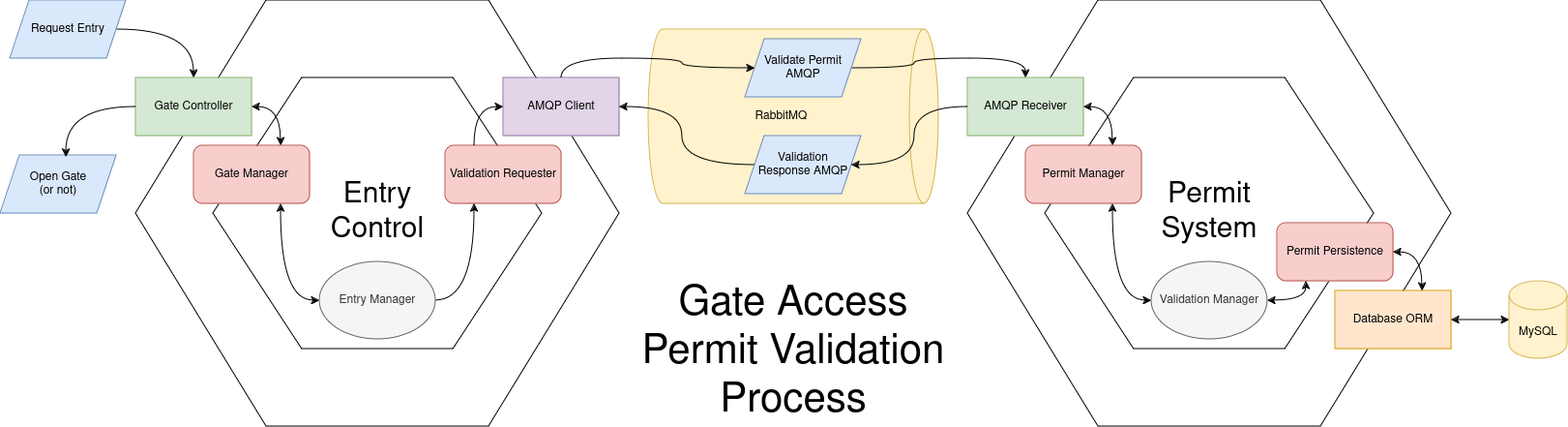
The draw.io diagram MVPHex.drawio.png in harwoodr/drawio, before a commit. Source tidied: cells renumbered, new cells last; positions are measured from the earlier drawing's top-left corner, leaving out a move shared by most shapes.
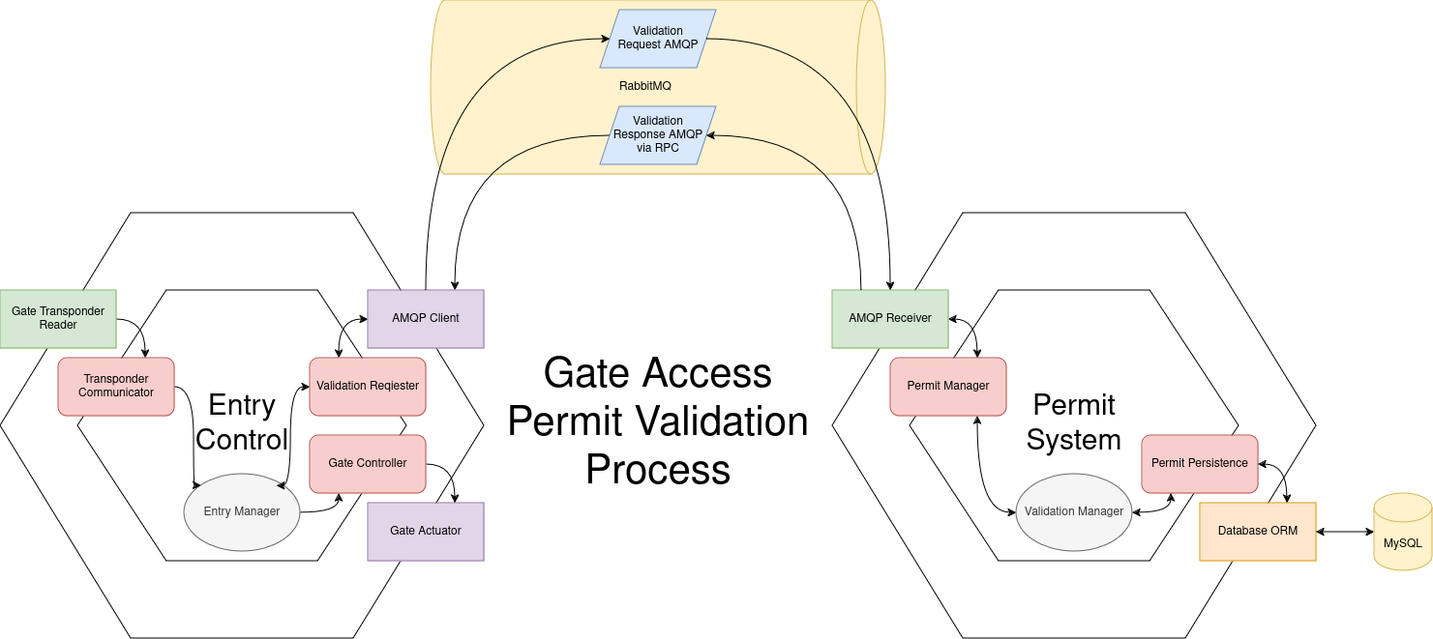
Later version of the same file.

The edit, as a diff of the source:
```diff
@@ -3,50 +3,8 @@
     <mxCell id="0" />
     <mxCell id="1" parent="0" />
     <mxCell id="2" value="RabbitMQ" style="shape=cylinder3;whiteSpace=wrap;html=1;boundedLbl=1;backgroundOutline=1;size=15;direction=south;fillColor=#fff2cc;strokeColor=#d6b656;" parent="1" vertex="1">
-      <mxGeometry x="670" y="30" width="300" height="180" as="geometry" />
+      <mxGeometry x="585" y="-220" width="470" height="180" as="geometry" />
     </mxCell>
-    <mxCell id="3" style="group;" parent="1" vertex="1">
-      <mxGeometry x="140" width="500" height="440" as="geometry" />
-    </mxCell>
-    <mxCell id="4" style="verticalLabelPosition=bottom;verticalAlign=top;html=1;shape=hexagon;perimeter=hexagonPerimeter2;arcSize=6;size=0.27;fillColor=none;" parent="3" vertex="1">
-      <mxGeometry x="80" y="80" width="340" height="280" as="geometry" />
-    </mxCell>
-    <mxCell id="5" style="group;" parent="3" vertex="1">
-      <mxGeometry width="500" height="440" as="geometry" />
-    </mxCell>
-    <mxCell id="6" style="verticalLabelPosition=bottom;verticalAlign=top;html=1;shape=hexagon;perimeter=hexagonPerimeter2;arcSize=6;size=0.27;fillColor=none;" parent="5" vertex="1">
-      <mxGeometry width="500" height="440" as="geometry" />
-    </mxCell>
-    <mxCell id="7" value="&lt;font style=&quot;font-size: 30px;&quot;&gt;Entry Control&lt;br&gt;&lt;/font&gt;" style="text;html=1;align=center;verticalAlign=middle;whiteSpace=wrap;rounded=0;" parent="5" vertex="1">
-      <mxGeometry x="220" y="205" width="60" height="30" as="geometry" />
-    </mxCell>
-    <mxCell id="8" style="edgeStyle=orthogonalEdgeStyle;rounded=0;jettySize=auto;html=1;exitX=0.75;exitY=1;exitDx=0;exitDy=0;entryX=0;entryY=0.5;entryDx=0;entryDy=0;startArrow=classic;startFill=1;curved=1;" parent="5" edge="1" source="9" target="12">
-      <mxGeometry relative="1" as="geometry" />
-    </mxCell>
-    <mxCell id="9" value="Gate Manager" style="rounded=1;whiteSpace=wrap;html=1;fillColor=#f8cecc;strokeColor=#b85450;" parent="5" vertex="1">
-      <mxGeometry x="60" y="150" width="120" height="60" as="geometry" />
-    </mxCell>
-    <mxCell id="10" value="Validation Requester" style="rounded=1;whiteSpace=wrap;html=1;fillColor=#f8cecc;strokeColor=#b85450;" parent="5" vertex="1">
-      <mxGeometry x="320" y="150" width="120" height="60" as="geometry" />
-    </mxCell>
-    <mxCell id="11" style="edgeStyle=orthogonalEdgeStyle;rounded=0;jettySize=auto;html=1;exitX=1;exitY=0.5;exitDx=0;exitDy=0;entryX=0.25;entryY=1;entryDx=0;entryDy=0;curved=1;" parent="5" edge="1" source="12" target="10">
-      <mxGeometry relative="1" as="geometry" />
-    </mxCell>
-    <mxCell id="12" value="Entry Manager" style="ellipse;whiteSpace=wrap;html=1;fillColor=#f5f5f5;fontColor=#333333;strokeColor=#666666;" parent="5" vertex="1">
-      <mxGeometry x="190" y="270" width="120" height="80" as="geometry" />
-    </mxCell>
-    <mxCell id="13" value="AMQP Client" style="rounded=0;whiteSpace=wrap;html=1;fillColor=#e1d5e7;strokeColor=#9673a6;" parent="3" vertex="1">
-      <mxGeometry x="380" y="80" width="120" height="60" as="geometry" />
-    </mxCell>
-    <mxCell id="14" style="edgeStyle=orthogonalEdgeStyle;rounded=0;jettySize=auto;html=1;exitX=1;exitY=0.5;exitDx=0;exitDy=0;entryX=0.75;entryY=0;entryDx=0;entryDy=0;startArrow=classic;startFill=1;curved=1;" parent="3" edge="1" source="15" target="9">
-      <mxGeometry relative="1" as="geometry" />
-    </mxCell>
-    <mxCell id="15" value="Gate Controller" style="rounded=0;whiteSpace=wrap;html=1;fillColor=#d5e8d4;strokeColor=#82b366;" parent="3" vertex="1">
-      <mxGeometry y="80" width="120" height="60" as="geometry" />
-    </mxCell>
-    <mxCell id="16" style="edgeStyle=orthogonalEdgeStyle;rounded=0;jettySize=auto;html=1;exitX=0.25;exitY=0;exitDx=0;exitDy=0;entryX=0;entryY=0.5;entryDx=0;entryDy=0;curved=1;" parent="3" edge="1" source="10" target="13">
-      <mxGeometry relative="1" as="geometry" />
-    </mxCell>
     <mxCell id="17" style="group;" parent="1" vertex="1">
       <mxGeometry x="1000" width="500" height="440" as="geometry" />
     </mxCell>
@@ -89,44 +47,104 @@
     <mxCell id="30" style="edgeStyle=orthogonalEdgeStyle;rounded=0;jettySize=auto;html=1;exitX=1;exitY=0.5;exitDx=0;exitDy=0;entryX=0.75;entryY=0;entryDx=0;entryDy=0;startArrow=classic;startFill=1;curved=1;" parent="17" edge="1" source="24" target="27">
       <mxGeometry relative="1" as="geometry" />
     </mxCell>
-    <mxCell id="31" style="edgeStyle=orthogonalEdgeStyle;rounded=0;jettySize=auto;html=1;exitX=1;exitY=0.5;exitDx=0;exitDy=0;entryX=0.5;entryY=0;entryDx=0;entryDy=0;curved=1;" parent="1" edge="1" source="32" target="15">
-      <mxGeometry relative="1" as="geometry" />
-    </mxCell>
-    <mxCell id="32" value="Request Entry" style="shape=parallelogram;perimeter=parallelogramPerimeter;whiteSpace=wrap;html=1;fixedSize=1;fillColor=#dae8fc;strokeColor=#6c8ebf;" parent="1" vertex="1">
-      <mxGeometry x="10" width="120" height="60" as="geometry" />
-    </mxCell>
     <mxCell id="33" style="edgeStyle=orthogonalEdgeStyle;rounded=0;jettySize=auto;html=1;exitX=0;exitY=0.5;exitDx=0;exitDy=0;exitPerimeter=0;entryX=1;entryY=0.5;entryDx=0;entryDy=0;startArrow=classic;startFill=1;curved=1;" parent="1" edge="1" source="34" target="27">
       <mxGeometry relative="1" as="geometry" />
     </mxCell>
     <mxCell id="34" value="MySQL" style="shape=cylinder3;whiteSpace=wrap;html=1;boundedLbl=1;backgroundOutline=1;size=15;fillColor=#fff2cc;strokeColor=#d6b656;" parent="1" vertex="1">
       <mxGeometry x="1560" y="290" width="60" height="80" as="geometry" />
     </mxCell>
-    <mxCell id="35" value="Open Gate &lt;br&gt;(or not)" style="shape=parallelogram;perimeter=parallelogramPerimeter;whiteSpace=wrap;html=1;fixedSize=1;fillColor=#dae8fc;strokeColor=#6c8ebf;" parent="1" vertex="1">
-      <mxGeometry y="160" width="120" height="60" as="geometry" />
-    </mxCell>
-    <mxCell id="36" style="edgeStyle=orthogonalEdgeStyle;rounded=0;jettySize=auto;html=1;exitX=1;exitY=0.5;exitDx=0;exitDy=0;entryX=0.5;entryY=0;entryDx=0;entryDy=0;curved=1;" parent="1" edge="1" source="37" target="29">
-      <mxGeometry relative="1" as="geometry" />
-    </mxCell>
-    <mxCell id="37" value="Validate Permit AMQP" style="shape=parallelogram;perimeter=parallelogramPerimeter;whiteSpace=wrap;html=1;fixedSize=1;fillColor=#dae8fc;strokeColor=#6c8ebf;" parent="1" vertex="1">
-      <mxGeometry x="770" y="40" width="120" height="60" as="geometry" />
+    <mxCell id="37" value="Validation &lt;br&gt;Request AMQP" style="shape=parallelogram;perimeter=parallelogramPerimeter;whiteSpace=wrap;html=1;fixedSize=1;fillColor=#dae8fc;strokeColor=#6c8ebf;" parent="1" vertex="1">
+      <mxGeometry x="760" y="-210" width="120" height="60" as="geometry" />
     </mxCell>
-    <mxCell id="38" style="edgeStyle=orthogonalEdgeStyle;rounded=0;jettySize=auto;html=1;exitX=0;exitY=0.5;exitDx=0;exitDy=0;entryX=1;entryY=0.5;entryDx=0;entryDy=0;curved=1;" parent="1" edge="1" source="39" target="13">
+    <mxCell id="38" style="edgeStyle=orthogonalEdgeStyle;rounded=0;jettySize=auto;html=1;exitX=0;exitY=0.5;exitDx=0;exitDy=0;entryX=0.75;entryY=0;entryDx=0;entryDy=0;curved=1;" parent="1" edge="1" source="39" target="13">
       <mxGeometry relative="1" as="geometry" />
     </mxCell>
-    <mxCell id="39" value="Validation&lt;br&gt; Response AMQP" style="shape=parallelogram;perimeter=parallelogramPerimeter;whiteSpace=wrap;html=1;fixedSize=1;fillColor=#dae8fc;strokeColor=#6c8ebf;" parent="1" vertex="1">
-      <mxGeometry x="770" y="140" width="120" height="60" as="geometry" />
+    <mxCell id="39" value="Validation&lt;br&gt; Response AMQP&lt;br&gt;via RPC" style="shape=parallelogram;perimeter=parallelogramPerimeter;whiteSpace=wrap;html=1;fixedSize=1;fillColor=#dae8fc;strokeColor=#6c8ebf;" parent="1" vertex="1">
+      <mxGeometry x="760" y="-110" width="120" height="60" as="geometry" />
     </mxCell>
-    <mxCell id="40" style="edgeStyle=orthogonalEdgeStyle;rounded=0;jettySize=auto;html=1;exitX=0;exitY=0.5;exitDx=0;exitDy=0;entryX=0.567;entryY=0.033;entryDx=0;entryDy=0;entryPerimeter=0;curved=1;" parent="1" edge="1" source="15" target="35">
-      <mxGeometry relative="1" as="geometry" />
-    </mxCell>
+    <mxCell id="43" value="&lt;font style=&quot;font-size: 42px;&quot;&gt;Gate Access Permit Validation Process&lt;/font&gt;" style="text;html=1;align=center;verticalAlign=middle;whiteSpace=wrap;rounded=0;" parent="1" vertex="1">
+      <mxGeometry x="640" y="165" width="360" height="110" as="geometry" />
+    </mxCell>
+    <mxCell id="3" style="group;" parent="1" vertex="1">
+      <mxGeometry x="140" width="500" height="440" as="geometry" />
+    </mxCell>
+    <mxCell id="5" style="group;" parent="3" vertex="1">
+      <mxGeometry width="500" height="440" as="geometry" />
+    </mxCell>
+    <mxCell id="6" style="verticalLabelPosition=bottom;verticalAlign=top;html=1;shape=hexagon;perimeter=hexagonPerimeter2;arcSize=6;size=0.27;fillColor=none;" parent="5" vertex="1">
+      <mxGeometry width="500" height="440" as="geometry" />
+    </mxCell>
+    <mxCell id="4" style="verticalLabelPosition=bottom;verticalAlign=top;html=1;shape=hexagon;perimeter=hexagonPerimeter2;arcSize=6;size=0.27;fillColor=none;" parent="5" vertex="1">
+      <mxGeometry x="80" y="80" width="340" height="280" as="geometry" />
+    </mxCell>
+    <mxCell id="44" style="edgeStyle=orthogonalEdgeStyle;rounded=0;jettySize=auto;html=1;exitX=0.25;exitY=0;exitDx=0;exitDy=0;entryX=0;entryY=0.5;entryDx=0;entryDy=0;curved=1;startArrow=classic;startFill=1;" parent="5" edge="1" source="45" target="13">
+      <mxGeometry relative="1" as="geometry" />
+    </mxCell>
+    <mxCell id="45" value="Validation Reqiester" style="rounded=1;whiteSpace=wrap;html=1;fillColor=#f8cecc;strokeColor=#b85450;" parent="5" vertex="1">
+      <mxGeometry x="320" y="150" width="120" height="60" as="geometry" />
+    </mxCell>
+    <mxCell id="46" style="edgeStyle=orthogonalEdgeStyle;rounded=0;jettySize=auto;html=1;exitX=1;exitY=0.5;exitDx=0;exitDy=0;entryX=0.25;entryY=1;entryDx=0;entryDy=0;curved=1;" parent="5" edge="1" source="12" target="15">
+      <mxGeometry relative="1" as="geometry" />
+    </mxCell>
+    <mxCell id="12" value="Entry Manager" style="ellipse;whiteSpace=wrap;html=1;fillColor=#f5f5f5;fontColor=#333333;strokeColor=#666666;" parent="5" vertex="1">
+      <mxGeometry x="190" y="270" width="120" height="80" as="geometry" />
+    </mxCell>
+    <mxCell id="7" value="&lt;font style=&quot;font-size: 30px;&quot;&gt;Entry Control&lt;br&gt;&lt;/font&gt;" style="text;html=1;align=center;verticalAlign=middle;whiteSpace=wrap;rounded=0;" parent="5" vertex="1">
+      <mxGeometry x="220" y="205" width="60" height="30" as="geometry" />
+    </mxCell>
+    <mxCell id="13" value="AMQP Client" style="rounded=0;whiteSpace=wrap;html=1;fillColor=#e1d5e7;strokeColor=#9673a6;" parent="5" vertex="1">
+      <mxGeometry x="380" y="80" width="120" height="60" as="geometry" />
+    </mxCell>
+    <mxCell id="47" style="edgeStyle=orthogonalEdgeStyle;rounded=0;jettySize=auto;html=1;exitX=1;exitY=0.5;exitDx=0;exitDy=0;entryX=0.75;entryY=0;entryDx=0;entryDy=0;curved=1;" parent="5" edge="1" source="48" target="51">
+      <mxGeometry relative="1" as="geometry" />
+    </mxCell>
+    <mxCell id="48" value="Gate Transponder Reader" style="rounded=0;whiteSpace=wrap;html=1;fillColor=#d5e8d4;strokeColor=#82b366;" parent="5" vertex="1">
+      <mxGeometry y="80" width="120" height="60" as="geometry" />
+    </mxCell>
+    <mxCell id="49" value="Gate Actuator" style="rounded=0;whiteSpace=wrap;html=1;fillColor=#e1d5e7;strokeColor=#9673a6;" parent="5" vertex="1">
+      <mxGeometry x="380" y="300" width="120" height="60" as="geometry" />
+    </mxCell>
+    <mxCell id="50" style="edgeStyle=orthogonalEdgeStyle;rounded=0;jettySize=auto;html=1;exitX=1;exitY=0.5;exitDx=0;exitDy=0;entryX=0;entryY=0;entryDx=0;entryDy=0;curved=1;" parent="5" edge="1" source="51" target="12">
+      <mxGeometry relative="1" as="geometry">
+        <Array as="points">
+          <mxPoint x="200" y="180" />
+          <mxPoint x="200" y="282" />
+        </Array>
+      </mxGeometry>
+    </mxCell>
+    <mxCell id="51" value="Transponder Communicator" style="rounded=1;whiteSpace=wrap;html=1;fillColor=#f8cecc;strokeColor=#b85450;" parent="5" vertex="1">
+      <mxGeometry x="60" y="150" width="120" height="60" as="geometry" />
+    </mxCell>
+    <mxCell id="52" style="edgeStyle=orthogonalEdgeStyle;rounded=0;jettySize=auto;html=1;exitX=0;exitY=0.5;exitDx=0;exitDy=0;entryX=0.796;entryY=0.154;entryDx=0;entryDy=0;entryPerimeter=0;curved=1;startArrow=classic;startFill=1;" parent="5" edge="1" source="45" target="12">
+      <mxGeometry relative="1" as="geometry">
+        <Array as="points">
+          <mxPoint x="300" y="180" />
+          <mxPoint x="300" y="282" />
+        </Array>
+      </mxGeometry>
+    </mxCell>
+    <mxCell id="53" style="edgeStyle=orthogonalEdgeStyle;rounded=0;jettySize=auto;html=1;exitX=1;exitY=0.5;exitDx=0;exitDy=0;entryX=0.75;entryY=0;entryDx=0;entryDy=0;curved=1;" parent="5" edge="1" source="15" target="49">
+      <mxGeometry relative="1" as="geometry" />
+    </mxCell>
+    <mxCell id="15" value="Gate Controller" style="rounded=1;whiteSpace=wrap;html=1;fillColor=#f8cecc;strokeColor=#b85450;" parent="5" vertex="1">
+      <mxGeometry x="320" y="230" width="120" height="60" as="geometry" />
+    </mxCell>
     <mxCell id="41" style="edgeStyle=orthogonalEdgeStyle;rounded=0;jettySize=auto;html=1;exitX=0.5;exitY=0;exitDx=0;exitDy=0;entryX=0;entryY=0.5;entryDx=0;entryDy=0;curved=1;" parent="1" edge="1" source="13" target="37">
-      <mxGeometry relative="1" as="geometry" />
+      <mxGeometry relative="1" as="geometry">
+        <Array as="points">
+          <mxPoint x="580" y="-180" />
+        </Array>
+      </mxGeometry>
     </mxCell>
-    <mxCell id="42" style="edgeStyle=orthogonalEdgeStyle;rounded=0;jettySize=auto;html=1;exitX=0;exitY=0.5;exitDx=0;exitDy=0;entryX=1;entryY=0.5;entryDx=0;entryDy=0;curved=1;" parent="1" edge="1" source="29" target="39">
-      <mxGeometry relative="1" as="geometry" />
+    <mxCell id="42" style="edgeStyle=orthogonalEdgeStyle;rounded=0;jettySize=auto;html=1;exitX=0.25;exitY=0;exitDx=0;exitDy=0;entryX=1;entryY=0.5;entryDx=0;entryDy=0;curved=1;" parent="1" edge="1" source="29" target="39">
+      <mxGeometry relative="1" as="geometry">
+        <Array as="points">
+          <mxPoint x="1030" y="-80" />
+        </Array>
+      </mxGeometry>
     </mxCell>
-    <mxCell id="43" value="&lt;font style=&quot;font-size: 42px;&quot;&gt;Gate Access Permit Validation Process&lt;/font&gt;" style="text;html=1;align=center;verticalAlign=middle;whiteSpace=wrap;rounded=0;" parent="1" vertex="1">
-      <mxGeometry x="640" y="310" width="360" height="110" as="geometry" />
-    </mxCell>
+    <mxCell id="36" style="edgeStyle=orthogonalEdgeStyle;rounded=0;jettySize=auto;html=1;exitX=1;exitY=0.5;exitDx=0;exitDy=0;entryX=0.5;entryY=0;entryDx=0;entryDy=0;curved=1;" parent="1" edge="1" source="37" target="29">
+      <mxGeometry relative="1" as="geometry" />
+    </mxCell>
   </root>
 </mxGraphModel>
```
